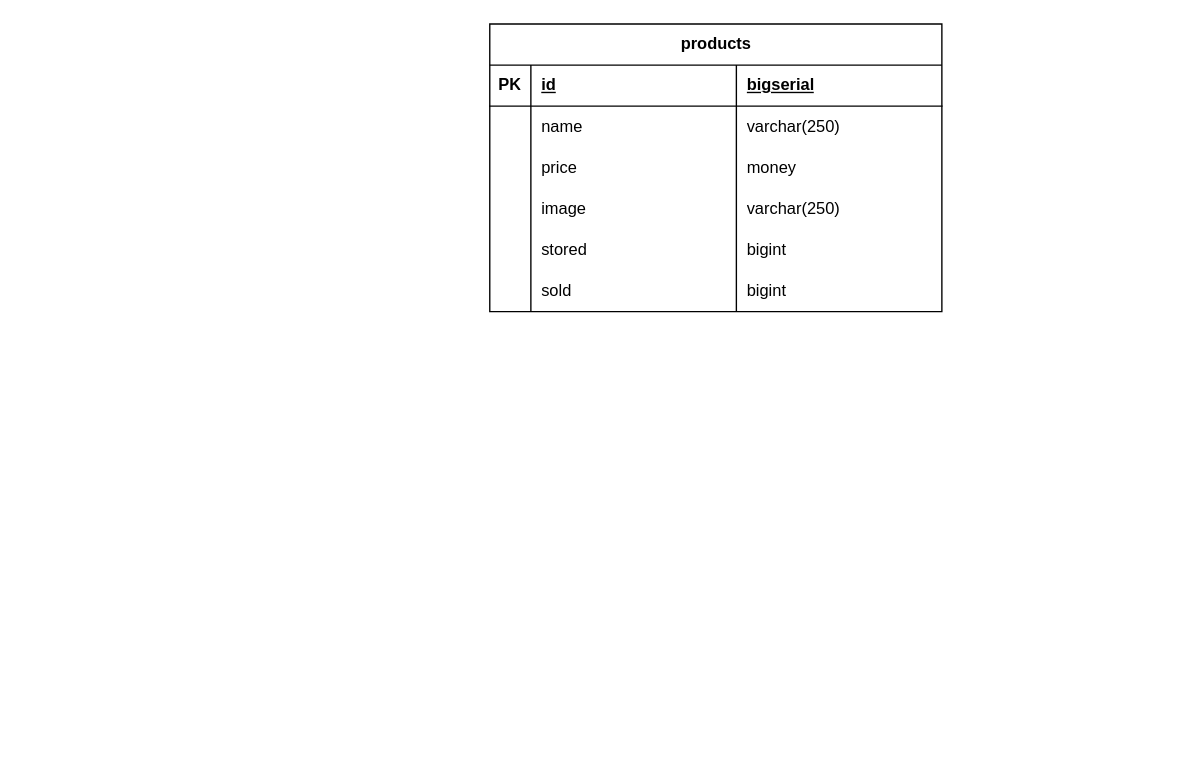
Before: docs/diagrams/Entity-Relationship-Diagram.drawio in Scrappyz/Sari-Sari, a draw.io diagram. Source tidied: cells renumbered, new cells numbered last; positions are measured from the earlier drawing's top-left corner, leaving out a move shared by most shapes. Both pictures are drawn from the tidied source at 137%, with x=0, y=0 at pixel (489, 23).
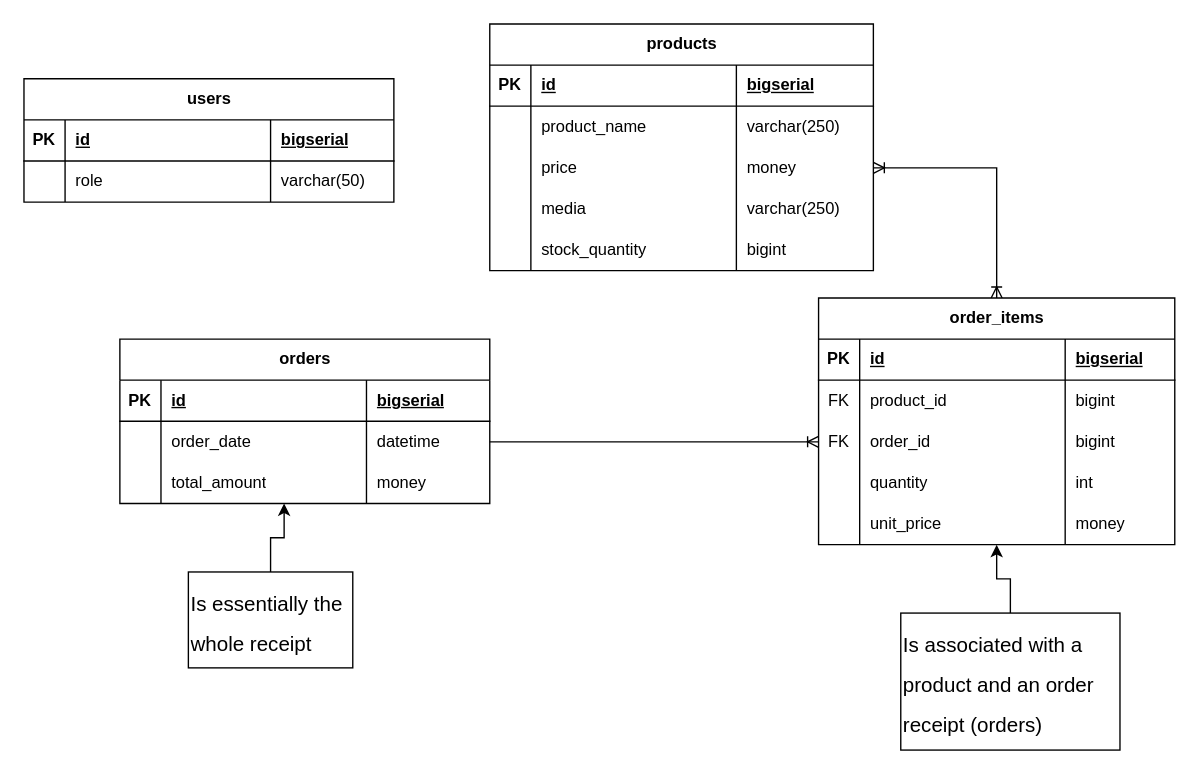
The same diagram, later.

What changed in the source:
```diff
@@
+    <mxCell id="27" style="fontSize=12;html=1;endArrow=ERoneToMany;startArrow=ERoneToMany;rounded=0;entryX=0.5;entryY=0;entryDx=0;entryDy=0;edgeStyle=orthogonalEdgeStyle;exitX=1;exitY=0.5;exitDx=0;exitDy=0;startFill=0;endFill=0;" parent="1" edge="1" source="11" target="41">
+      <mxGeometry relative="1" as="geometry" />
+    </mxCell>
     <mxCell id="2" value="products" style="shape=table;startSize=30;childLayout=tableLayout;rowLines=0;fontStyle=1;align=center;html=1;" parent="1" vertex="1">
-      <mxGeometry width="330" height="210" as="geometry" />
+      <mxGeometry width="280" height="180" as="geometry" />
     </mxCell>
     <mxCell id="3" style="shape=tableRow;horizontal=0;startSize=0;swimlaneHead=0;swimlaneBody=0;fillColor=none;top=0;left=0;right=0;bottom=1;" parent="2" vertex="1">
-      <mxGeometry y="30" width="330" height="30" as="geometry" />
+      <mxGeometry y="30" width="280" height="30" as="geometry" />
     </mxCell>
@@
     <mxCell id="6" value="bigserial" style="shape=partialRectangle;fillColor=none;top=0;left=0;bottom=0;right=0;align=left;spacingLeft=6;fontStyle=5;overflow=hidden;whiteSpace=wrap;html=1;" parent="3" vertex="1">
-      <mxGeometry x="180" width="150" height="30" as="geometry" />
+      <mxGeometry x="180" width="100" height="30" as="geometry" />
     </mxCell>
     <mxCell id="7" style="shape=tableRow;horizontal=0;startSize=0;swimlaneHead=0;swimlaneBody=0;fillColor=none;top=0;left=0;right=0;bottom=0;" parent="2" vertex="1">
-      <mxGeometry y="60" width="330" height="30" as="geometry" />
+      <mxGeometry y="60" width="280" height="30" as="geometry" />
     </mxCell>
@@
-    <mxCell id="9" value="name" style="shape=partialRectangle;fillColor=none;top=0;left=0;bottom=0;right=0;align=left;spacingLeft=6;overflow=hidden;whiteSpace=wrap;html=1;" parent="7" vertex="1">
+    <mxCell id="9" value="product_name" style="shape=partialRectangle;fillColor=none;top=0;left=0;bottom=0;right=0;align=left;spacingLeft=6;overflow=hidden;whiteSpace=wrap;html=1;" parent="7" vertex="1">
       <mxGeometry x="30" width="150" height="30" as="geometry" />
     </mxCell>
     <mxCell id="10" value="varchar(250)" style="shape=partialRectangle;fillColor=none;top=0;left=0;bottom=0;right=0;align=left;spacingLeft=6;overflow=hidden;whiteSpace=wrap;html=1;" parent="7" vertex="1">
-      <mxGeometry x="180" width="150" height="30" as="geometry" />
+      <mxGeometry x="180" width="100" height="30" as="geometry" />
     </mxCell>
     <mxCell id="11" style="shape=tableRow;horizontal=0;startSize=0;swimlaneHead=0;swimlaneBody=0;fillColor=none;points=[[0,0.5],[1,0.5]];portConstraint=eastwest;top=0;left=0;right=0;bottom=0;" parent="2" vertex="1">
-      <mxGeometry y="90" width="330" height="30" as="geometry" />
+      <mxGeometry y="90" width="280" height="30" as="geometry" />
     </mxCell>
@@
     <mxCell id="14" value="money" style="shape=partialRectangle;fillColor=none;top=0;left=0;bottom=0;right=0;align=left;spacingLeft=6;overflow=hidden;whiteSpace=wrap;html=1;" parent="11" vertex="1">
-      <mxGeometry x="180" width="150" height="30" as="geometry" />
+      <mxGeometry x="180" width="100" height="30" as="geometry" />
     </mxCell>
     <mxCell id="15" style="shape=tableRow;horizontal=0;startSize=0;swimlaneHead=0;swimlaneBody=0;fillColor=none;top=0;left=0;right=0;bottom=0;" parent="2" vertex="1">
-      <mxGeometry y="120" width="330" height="30" as="geometry" />
+      <mxGeometry y="120" width="280" height="30" as="geometry" />
     </mxCell>
@@
-    <mxCell id="17" value="image" style="shape=partialRectangle;fillColor=none;top=0;left=0;bottom=0;right=0;align=left;spacingLeft=6;overflow=hidden;whiteSpace=wrap;html=1;" parent="15" vertex="1">
+    <mxCell id="17" value="media" style="shape=partialRectangle;fillColor=none;top=0;left=0;bottom=0;right=0;align=left;spacingLeft=6;overflow=hidden;whiteSpace=wrap;html=1;" parent="15" vertex="1">
       <mxGeometry x="30" width="150" height="30" as="geometry" />
     </mxCell>
     <mxCell id="18" value="varchar(250)" style="shape=partialRectangle;fillColor=none;top=0;left=0;bottom=0;right=0;align=left;spacingLeft=6;overflow=hidden;whiteSpace=wrap;html=1;" parent="15" vertex="1">
-      <mxGeometry x="180" width="150" height="30" as="geometry" />
+      <mxGeometry x="180" width="100" height="30" as="geometry" />
     </mxCell>
     <mxCell id="19" style="shape=tableRow;horizontal=0;startSize=0;swimlaneHead=0;swimlaneBody=0;fillColor=none;top=0;left=0;right=0;bottom=0;" parent="2" vertex="1">
-      <mxGeometry y="150" width="330" height="30" as="geometry" />
+      <mxGeometry y="150" width="280" height="30" as="geometry" />
     </mxCell>
@@
-    <mxCell id="21" value="stored" style="shape=partialRectangle;fillColor=none;top=0;left=0;bottom=0;right=0;align=left;spacingLeft=6;overflow=hidden;whiteSpace=wrap;html=1;" parent="19" vertex="1">
+    <mxCell id="21" value="stock_quantity" style="shape=partialRectangle;fillColor=none;top=0;left=0;bottom=0;right=0;align=left;spacingLeft=6;overflow=hidden;whiteSpace=wrap;html=1;" parent="19" vertex="1">
       <mxGeometry x="30" width="150" height="30" as="geometry" />
     </mxCell>
     <mxCell id="22" value="bigint" style="shape=partialRectangle;fillColor=none;top=0;left=0;bottom=0;right=0;align=left;spacingLeft=6;overflow=hidden;whiteSpace=wrap;html=1;" parent="19" vertex="1">
-      <mxGeometry x="180" width="150" height="30" as="geometry" />
+      <mxGeometry x="180" width="100" height="30" as="geometry" />
     </mxCell>
-    <mxCell id="23" style="shape=tableRow;horizontal=0;startSize=0;swimlaneHead=0;swimlaneBody=0;fillColor=none;top=0;left=0;right=0;bottom=0;" parent="2" vertex="1">
-      <mxGeometry y="180" width="330" height="30" as="geometry" />
-    </mxCell>
-    <mxCell id="24" style="shape=partialRectangle;fillColor=none;top=0;left=0;bottom=0;right=0;overflow=hidden;whiteSpace=wrap;html=1;" parent="23" vertex="1">
-      <mxGeometry width="30" height="30" as="geometry" />
-    </mxCell>
-    <mxCell id="25" value="sold" style="shape=partialRectangle;fillColor=none;top=0;left=0;bottom=0;right=0;align=left;spacingLeft=6;overflow=hidden;whiteSpace=wrap;html=1;" parent="23" vertex="1">
-      <mxGeometry x="30" width="150" height="30" as="geometry" />
-    </mxCell>
-    <mxCell id="26" value="bigint" style="shape=partialRectangle;fillColor=none;top=0;left=0;bottom=0;right=0;align=left;spacingLeft=6;overflow=hidden;whiteSpace=wrap;html=1;" parent="23" vertex="1">
-      <mxGeometry x="180" width="150" height="30" as="geometry" />
-    </mxCell>
+    <mxCell id="28" value="orders" style="shape=table;startSize=30;childLayout=tableLayout;rowLines=0;fontStyle=1;align=center;html=1;" parent="1" vertex="1">
+      <mxGeometry x="-270" y="230" width="270" height="120" as="geometry" />
+    </mxCell>
+    <mxCell id="29" style="shape=tableRow;horizontal=0;startSize=0;swimlaneHead=0;swimlaneBody=0;fillColor=none;top=0;left=0;right=0;bottom=1;" parent="28" vertex="1">
+      <mxGeometry y="30" width="270" height="30" as="geometry" />
+    </mxCell>
+    <mxCell id="30" value="PK" style="shape=partialRectangle;fillColor=none;top=0;left=0;bottom=0;right=0;fontStyle=1;overflow=hidden;whiteSpace=wrap;html=1;" parent="29" vertex="1">
+      <mxGeometry width="30" height="30" as="geometry" />
+    </mxCell>
+    <mxCell id="31" value="id" style="shape=partialRectangle;fillColor=none;top=0;left=0;bottom=0;right=0;align=left;spacingLeft=6;fontStyle=5;overflow=hidden;whiteSpace=wrap;html=1;" parent="29" vertex="1">
+      <mxGeometry x="30" width="150" height="30" as="geometry" />
+    </mxCell>
+    <mxCell id="32" value="bigserial" style="shape=partialRectangle;fillColor=none;top=0;left=0;bottom=0;right=0;align=left;spacingLeft=6;fontStyle=5;overflow=hidden;whiteSpace=wrap;html=1;" parent="29" vertex="1">
+      <mxGeometry x="180" width="90" height="30" as="geometry" />
+    </mxCell>
+    <mxCell id="33" style="shape=tableRow;horizontal=0;startSize=0;swimlaneHead=0;swimlaneBody=0;fillColor=none;points=[[0,0.5],[1,0.5]];portConstraint=eastwest;top=0;left=0;right=0;bottom=0;" parent="28" vertex="1">
+      <mxGeometry y="60" width="270" height="30" as="geometry" />
+    </mxCell>
+    <mxCell id="34" style="shape=partialRectangle;fillColor=none;top=0;left=0;bottom=0;right=0;overflow=hidden;whiteSpace=wrap;html=1;" parent="33" vertex="1">
+      <mxGeometry width="30" height="30" as="geometry" />
+    </mxCell>
+    <mxCell id="35" value="order_date" style="shape=partialRectangle;fillColor=none;top=0;left=0;bottom=0;right=0;align=left;spacingLeft=6;overflow=hidden;whiteSpace=wrap;html=1;" parent="33" vertex="1">
+      <mxGeometry x="30" width="150" height="30" as="geometry" />
+    </mxCell>
+    <mxCell id="36" value="datetime" style="shape=partialRectangle;fillColor=none;top=0;left=0;bottom=0;right=0;align=left;spacingLeft=6;overflow=hidden;whiteSpace=wrap;html=1;" parent="33" vertex="1">
+      <mxGeometry x="180" width="90" height="30" as="geometry" />
+    </mxCell>
+    <mxCell id="37" style="shape=tableRow;horizontal=0;startSize=0;swimlaneHead=0;swimlaneBody=0;fillColor=none;points=[[0,0.5],[1,0.5]];portConstraint=eastwest;top=0;left=0;right=0;bottom=0;" parent="28" vertex="1">
+      <mxGeometry y="90" width="270" height="30" as="geometry" />
+    </mxCell>
+    <mxCell id="38" style="shape=partialRectangle;fillColor=none;top=0;left=0;bottom=0;right=0;overflow=hidden;whiteSpace=wrap;html=1;" parent="37" vertex="1">
+      <mxGeometry width="30" height="30" as="geometry" />
+    </mxCell>
+    <mxCell id="39" value="total_amount" style="shape=partialRectangle;fillColor=none;top=0;left=0;bottom=0;right=0;align=left;spacingLeft=6;overflow=hidden;whiteSpace=wrap;html=1;" parent="37" vertex="1">
+      <mxGeometry x="30" width="150" height="30" as="geometry" />
+    </mxCell>
+    <mxCell id="40" value="money" style="shape=partialRectangle;fillColor=none;top=0;left=0;bottom=0;right=0;align=left;spacingLeft=6;overflow=hidden;whiteSpace=wrap;html=1;" parent="37" vertex="1">
+      <mxGeometry x="180" width="90" height="30" as="geometry" />
+    </mxCell>
+    <mxCell id="41" value="order_items" style="shape=table;startSize=30;childLayout=tableLayout;rowLines=0;fontStyle=1;align=center;html=1;" parent="1" vertex="1">
+      <mxGeometry x="240" y="200" width="260" height="180" as="geometry" />
+    </mxCell>
+    <mxCell id="42" style="shape=tableRow;horizontal=0;startSize=0;swimlaneHead=0;swimlaneBody=0;fillColor=none;top=0;left=0;right=0;bottom=1;" parent="41" vertex="1">
+      <mxGeometry y="30" width="260" height="30" as="geometry" />
+    </mxCell>
+    <mxCell id="43" value="PK" style="shape=partialRectangle;fillColor=none;top=0;left=0;bottom=0;right=0;fontStyle=1;overflow=hidden;whiteSpace=wrap;html=1;" parent="42" vertex="1">
+      <mxGeometry width="30" height="30" as="geometry" />
+    </mxCell>
+    <mxCell id="44" value="id" style="shape=partialRectangle;fillColor=none;top=0;left=0;bottom=0;right=0;align=left;spacingLeft=6;fontStyle=5;overflow=hidden;whiteSpace=wrap;html=1;" parent="42" vertex="1">
+      <mxGeometry x="30" width="150" height="30" as="geometry" />
+    </mxCell>
+    <mxCell id="45" value="bigserial" style="shape=partialRectangle;fillColor=none;top=0;left=0;bottom=0;right=0;align=left;spacingLeft=6;fontStyle=5;overflow=hidden;whiteSpace=wrap;html=1;" parent="42" vertex="1">
+      <mxGeometry x="180" width="80" height="30" as="geometry" />
+    </mxCell>
+    <mxCell id="46" style="shape=tableRow;horizontal=0;startSize=0;swimlaneHead=0;swimlaneBody=0;fillColor=none;top=0;left=0;right=0;bottom=0;" parent="41" vertex="1">
+      <mxGeometry y="60" width="260" height="30" as="geometry" />
+    </mxCell>
+    <mxCell id="47" value="FK" style="shape=partialRectangle;fillColor=none;top=0;left=0;bottom=0;right=0;overflow=hidden;whiteSpace=wrap;html=1;" parent="46" vertex="1">
+      <mxGeometry width="30" height="30" as="geometry" />
+    </mxCell>
+    <mxCell id="48" value="product_id" style="shape=partialRectangle;fillColor=none;top=0;left=0;bottom=0;right=0;align=left;spacingLeft=6;overflow=hidden;whiteSpace=wrap;html=1;" parent="46" vertex="1">
+      <mxGeometry x="30" width="150" height="30" as="geometry" />
+    </mxCell>
+    <mxCell id="49" value="bigint" style="shape=partialRectangle;fillColor=none;top=0;left=0;bottom=0;right=0;align=left;spacingLeft=6;overflow=hidden;whiteSpace=wrap;html=1;" parent="46" vertex="1">
+      <mxGeometry x="180" width="80" height="30" as="geometry" />
+    </mxCell>
+    <mxCell id="50" style="shape=tableRow;horizontal=0;startSize=0;swimlaneHead=0;swimlaneBody=0;fillColor=none;points=[[0,0.5],[1,0.5]];portConstraint=eastwest;top=0;left=0;right=0;bottom=0;" parent="41" vertex="1">
+      <mxGeometry y="90" width="260" height="30" as="geometry" />
+    </mxCell>
+    <mxCell id="51" value="FK" style="shape=partialRectangle;fillColor=none;top=0;left=0;bottom=0;right=0;overflow=hidden;whiteSpace=wrap;html=1;" parent="50" vertex="1">
+      <mxGeometry width="30" height="30" as="geometry" />
+    </mxCell>
+    <mxCell id="52" value="order_id" style="shape=partialRectangle;fillColor=none;top=0;left=0;bottom=0;right=0;align=left;spacingLeft=6;overflow=hidden;whiteSpace=wrap;html=1;" parent="50" vertex="1">
+      <mxGeometry x="30" width="150" height="30" as="geometry" />
+    </mxCell>
+    <mxCell id="53" value="bigint" style="shape=partialRectangle;fillColor=none;top=0;left=0;bottom=0;right=0;align=left;spacingLeft=6;overflow=hidden;whiteSpace=wrap;html=1;" parent="50" vertex="1">
+      <mxGeometry x="180" width="80" height="30" as="geometry" />
+    </mxCell>
+    <mxCell id="54" style="shape=tableRow;horizontal=0;startSize=0;swimlaneHead=0;swimlaneBody=0;fillColor=none;top=0;left=0;right=0;bottom=0;" parent="41" vertex="1">
+      <mxGeometry y="120" width="260" height="30" as="geometry" />
+    </mxCell>
+    <mxCell id="55" style="shape=partialRectangle;fillColor=none;top=0;left=0;bottom=0;right=0;overflow=hidden;whiteSpace=wrap;html=1;" parent="54" vertex="1">
+      <mxGeometry width="30" height="30" as="geometry" />
+    </mxCell>
+    <mxCell id="56" value="quantity" style="shape=partialRectangle;fillColor=none;top=0;left=0;bottom=0;right=0;align=left;spacingLeft=6;overflow=hidden;whiteSpace=wrap;html=1;" parent="54" vertex="1">
+      <mxGeometry x="30" width="150" height="30" as="geometry" />
+    </mxCell>
+    <mxCell id="57" value="int" style="shape=partialRectangle;fillColor=none;top=0;left=0;bottom=0;right=0;align=left;spacingLeft=6;overflow=hidden;whiteSpace=wrap;html=1;" parent="54" vertex="1">
+      <mxGeometry x="180" width="80" height="30" as="geometry" />
+    </mxCell>
+    <mxCell id="58" style="shape=tableRow;horizontal=0;startSize=0;swimlaneHead=0;swimlaneBody=0;fillColor=none;points=[[0,0.5],[1,0.5]];portConstraint=eastwest;top=0;left=0;right=0;bottom=0;" parent="41" vertex="1">
+      <mxGeometry y="150" width="260" height="30" as="geometry" />
+    </mxCell>
+    <mxCell id="59" style="shape=partialRectangle;fillColor=none;top=0;left=0;bottom=0;right=0;overflow=hidden;whiteSpace=wrap;html=1;" parent="58" vertex="1">
+      <mxGeometry width="30" height="30" as="geometry" />
+    </mxCell>
+    <mxCell id="60" value="unit_price" style="shape=partialRectangle;fillColor=none;top=0;left=0;bottom=0;right=0;align=left;spacingLeft=6;overflow=hidden;whiteSpace=wrap;html=1;" parent="58" vertex="1">
+      <mxGeometry x="30" width="150" height="30" as="geometry" />
+    </mxCell>
+    <mxCell id="61" value="money" style="shape=partialRectangle;fillColor=none;top=0;left=0;bottom=0;right=0;align=left;spacingLeft=6;overflow=hidden;whiteSpace=wrap;html=1;" parent="58" vertex="1">
+      <mxGeometry x="180" width="80" height="30" as="geometry" />
+    </mxCell>
+    <mxCell id="62" value="users" style="shape=table;startSize=30;childLayout=tableLayout;rowLines=0;fontStyle=1;align=center;html=1;" parent="1" vertex="1">
+      <mxGeometry x="-340" y="40" width="270" height="90" as="geometry" />
+    </mxCell>
+    <mxCell id="63" style="shape=tableRow;horizontal=0;startSize=0;swimlaneHead=0;swimlaneBody=0;fillColor=none;top=0;left=0;right=0;bottom=1;" parent="62" vertex="1">
+      <mxGeometry y="30" width="270" height="30" as="geometry" />
+    </mxCell>
+    <mxCell id="64" value="PK" style="shape=partialRectangle;fillColor=none;top=0;left=0;bottom=0;right=0;fontStyle=1;overflow=hidden;whiteSpace=wrap;html=1;" parent="63" vertex="1">
+      <mxGeometry width="30" height="30" as="geometry" />
+    </mxCell>
+    <mxCell id="65" value="id" style="shape=partialRectangle;fillColor=none;top=0;left=0;bottom=0;right=0;align=left;spacingLeft=6;fontStyle=5;overflow=hidden;whiteSpace=wrap;html=1;" parent="63" vertex="1">
+      <mxGeometry x="30" width="150" height="30" as="geometry" />
+    </mxCell>
+    <mxCell id="66" value="bigserial" style="shape=partialRectangle;fillColor=none;top=0;left=0;bottom=0;right=0;align=left;spacingLeft=6;fontStyle=5;overflow=hidden;whiteSpace=wrap;html=1;" parent="63" vertex="1">
+      <mxGeometry x="180" width="90" height="30" as="geometry" />
+    </mxCell>
+    <mxCell id="67" style="shape=tableRow;horizontal=0;startSize=0;swimlaneHead=0;swimlaneBody=0;fillColor=none;top=0;left=0;right=0;bottom=0;" parent="62" vertex="1">
+      <mxGeometry y="60" width="270" height="30" as="geometry" />
+    </mxCell>
+    <mxCell id="68" style="shape=partialRectangle;fillColor=none;top=0;left=0;bottom=0;right=0;overflow=hidden;whiteSpace=wrap;html=1;" parent="67" vertex="1">
+      <mxGeometry width="30" height="30" as="geometry" />
+    </mxCell>
+    <mxCell id="69" value="role" style="shape=partialRectangle;fillColor=none;top=0;left=0;bottom=0;right=0;align=left;spacingLeft=6;overflow=hidden;whiteSpace=wrap;html=1;" parent="67" vertex="1">
+      <mxGeometry x="30" width="150" height="30" as="geometry" />
+    </mxCell>
+    <mxCell id="70" value="varchar(50)" style="shape=partialRectangle;fillColor=none;top=0;left=0;bottom=0;right=0;align=left;spacingLeft=6;overflow=hidden;whiteSpace=wrap;html=1;" parent="67" vertex="1">
+      <mxGeometry x="180" width="90" height="30" as="geometry" />
+    </mxCell>
+    <mxCell id="71" style="edgeStyle=orthogonalEdgeStyle;fontSize=12;html=1;endArrow=ERoneToMany;rounded=0;exitX=1;exitY=0.5;exitDx=0;exitDy=0;entryX=0;entryY=0.5;entryDx=0;entryDy=0;" parent="1" edge="1" source="33" target="50">
+      <mxGeometry relative="1" as="geometry" />
+    </mxCell>
+    <mxCell id="72" value="&lt;h1 style=&quot;margin-top: 0px;&quot;&gt;&lt;span style=&quot;font-weight: normal;&quot;&gt;&lt;font style=&quot;font-size: 15px;&quot;&gt;Is essentially the whole receipt&lt;/font&gt;&lt;/span&gt;&lt;/h1&gt;" style="text;html=1;whiteSpace=wrap;overflow=hidden;rounded=0;strokeColor=default;" parent="1" vertex="1">
+      <mxGeometry x="-220" y="400" width="120" height="70" as="geometry" />
+    </mxCell>
+    <mxCell id="73" style="edgeStyle=orthogonalEdgeStyle;rounded=0;jettySize=auto;html=1;entryX=0.444;entryY=1;entryDx=0;entryDy=0;entryPerimeter=0;" parent="1" edge="1" source="72" target="37">
+      <mxGeometry relative="1" as="geometry" />
+    </mxCell>
+    <mxCell id="74" value="&lt;h1 style=&quot;margin-top: 0px;&quot;&gt;&lt;span style=&quot;font-weight: normal;&quot;&gt;&lt;font style=&quot;font-size: 15px;&quot;&gt;Is associated with a product and an order receipt (orders)&lt;/font&gt;&lt;/span&gt;&lt;/h1&gt;" style="text;html=1;whiteSpace=wrap;overflow=hidden;rounded=0;strokeColor=default;" parent="1" vertex="1">
+      <mxGeometry x="300" y="430" width="160" height="100" as="geometry" />
+    </mxCell>
+    <mxCell id="75" style="edgeStyle=orthogonalEdgeStyle;rounded=0;jettySize=auto;html=1;entryX=0.5;entryY=1.007;entryDx=0;entryDy=0;entryPerimeter=0;" parent="1" edge="1" source="74" target="58">
+      <mxGeometry relative="1" as="geometry" />
+    </mxCell>
```
